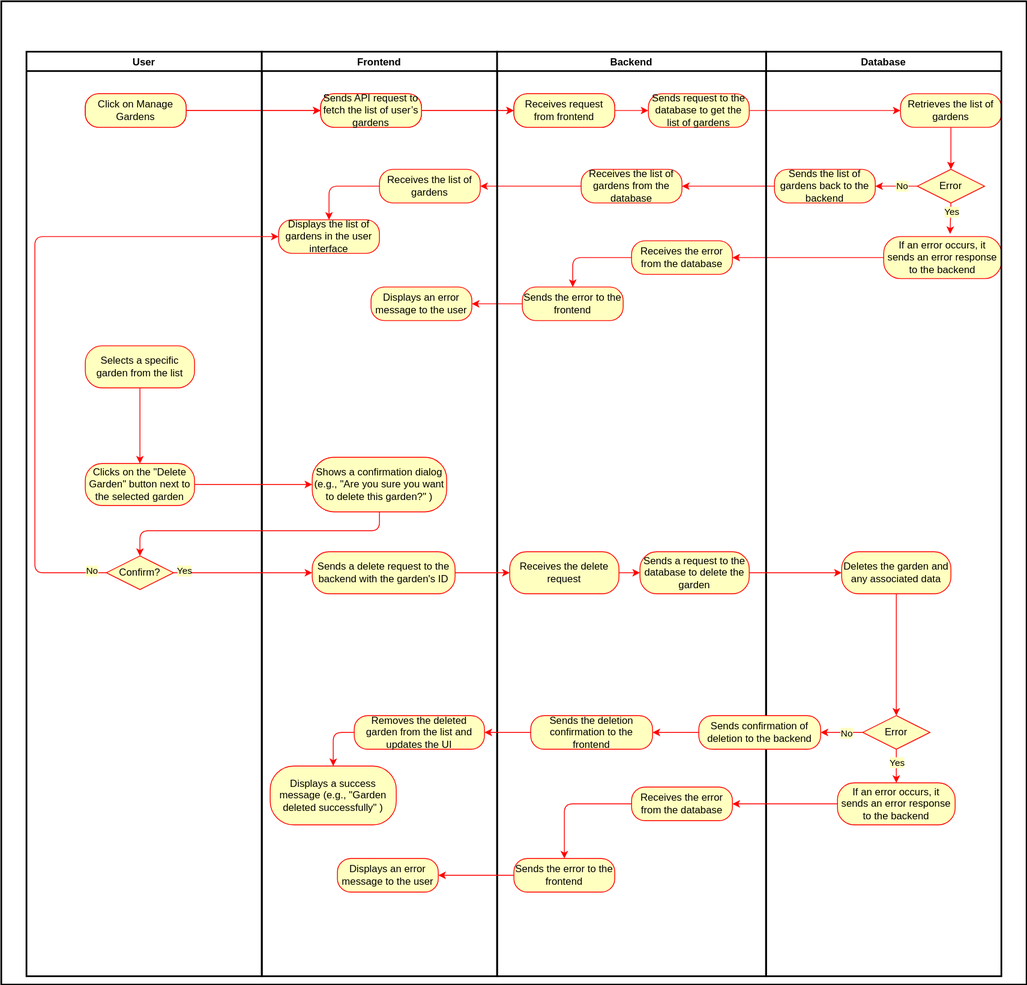
Above: docs/assets/svg/Use Case Diagrams/deleteGarden.drawio.svg in Green-Fingers-App/gardeningApp (draw.io), before the change. Source tidied: cells renumbered, new cells last; positions are measured from the earlier drawing's top-left corner, leaving out a move shared by most shapes.
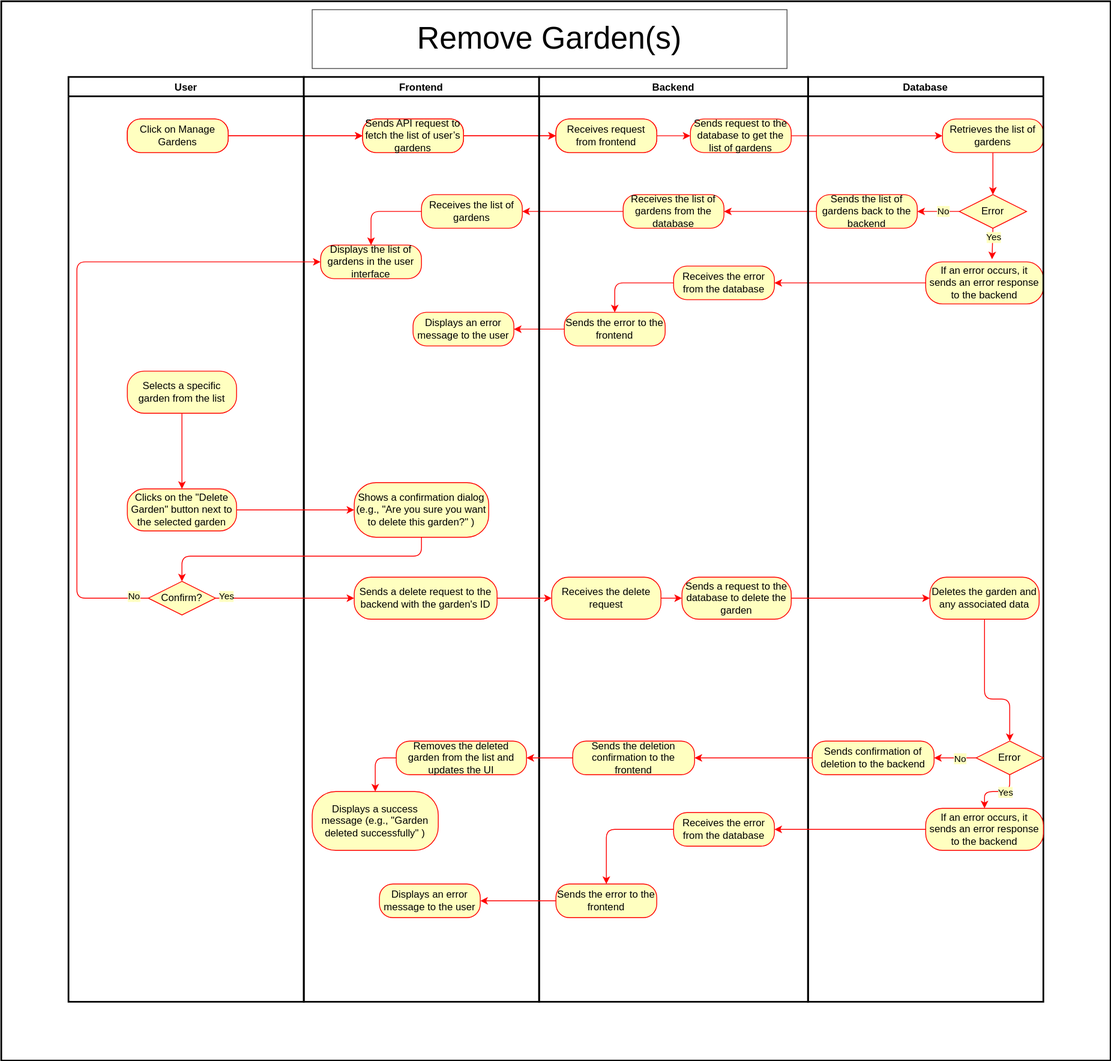
After the commit.

Change to the diagram source:
```diff
@@ -3,7 +3,7 @@
     <mxCell id="0" />
     <mxCell id="1" parent="0" />
     <mxCell id="2" style="whiteSpace=wrap;html=1;fillColor=#FFFFFF;strokeColor=#000000;strokeWidth=2;" parent="1" vertex="1">
-      <mxGeometry width="1220" height="1170" as="geometry" />
+      <mxGeometry x="-50" y="-30" width="1320" height="1260" as="geometry" />
     </mxCell>
     <mxCell id="3" value="Click on Manage Gardens" style="rounded=1;whiteSpace=wrap;html=1;arcSize=40;fontColor=#000000;fillColor=#ffffc0;strokeColor=#ff0000;" parent="1" vertex="1">
       <mxGeometry x="100" y="110" width="120" height="40" as="geometry" />
@@ -121,6 +121,9 @@
     <mxCell id="38" value="Database" style="swimlane;strokeColor=#000000;strokeWidth=2;fillColor=#FFFFFF;fontColor=#000000;" parent="37" vertex="1">
       <mxGeometry x="880" width="280" height="1100" as="geometry" />
     </mxCell>
+    <mxCell id="65" value="&lt;span class=&quot;hljs-string&quot;&gt;Deletes&lt;/span&gt; &lt;span class=&quot;hljs-string&quot;&gt;the&lt;/span&gt; &lt;span class=&quot;hljs-string&quot;&gt;garden&lt;/span&gt; &lt;span class=&quot;hljs-string&quot;&gt;and&lt;/span&gt; &lt;span class=&quot;hljs-string&quot;&gt;any&lt;/span&gt; &lt;span class=&quot;hljs-string&quot;&gt;associated&lt;/span&gt; &lt;span class=&quot;hljs-string&quot;&gt;data&lt;/span&gt;" style="rounded=1;whiteSpace=wrap;html=1;arcSize=40;fontColor=#000000;fillColor=#ffffc0;strokeColor=#ff0000;" parent="38" vertex="1">
+      <mxGeometry x="145" y="595" width="130" height="50" as="geometry" />
+    </mxCell>
     <mxCell id="39" value="User" style="swimlane;strokeColor=#000000;strokeWidth=2;fillColor=#FFFFFF;fontColor=#000000;" parent="37" vertex="1">
       <mxGeometry width="280" height="1100" as="geometry" />
     </mxCell>
@@ -179,6 +182,9 @@
     <mxCell id="54" style="edgeStyle=none;html=1;exitX=0;exitY=0.5;exitDx=0;exitDy=0;strokeColor=#FF0000;" parent="37" edge="1" source="49" target="44">
       <mxGeometry relative="1" as="geometry" />
     </mxCell>
+    <mxCell id="66" style="edgeStyle=none;html=1;strokeColor=#FF0000;" parent="37" edge="1" source="47" target="65">
+      <mxGeometry relative="1" as="geometry" />
+    </mxCell>
     <mxCell id="55" style="edgeStyle=none;html=1;strokeColor=#FF0000;" parent="1" edge="1" source="56" target="58">
       <mxGeometry relative="1" as="geometry" />
     </mxCell>
@@ -216,22 +222,26 @@
       </mxGeometry>
     </mxCell>
     <mxCell id="64" style="edgeStyle=none;html=1;exitX=0.5;exitY=1;exitDx=0;exitDy=0;strokeColor=#FF0000;" parent="1" edge="1" source="65" target="73">
-      <mxGeometry relative="1" as="geometry" />
+      <mxGeometry relative="1" as="geometry">
+        <Array as="points">
+          <mxPoint x="1120" y="800" />
+          <mxPoint x="1150" y="800" />
+        </Array>
+      </mxGeometry>
     </mxCell>
-    <mxCell id="65" value="&lt;span class=&quot;hljs-string&quot;&gt;Deletes&lt;/span&gt; &lt;span class=&quot;hljs-string&quot;&gt;the&lt;/span&gt; &lt;span class=&quot;hljs-string&quot;&gt;garden&lt;/span&gt; &lt;span class=&quot;hljs-string&quot;&gt;and&lt;/span&gt; &lt;span class=&quot;hljs-string&quot;&gt;any&lt;/span&gt; &lt;span class=&quot;hljs-string&quot;&gt;associated&lt;/span&gt; &lt;span class=&quot;hljs-string&quot;&gt;data&lt;/span&gt;" style="rounded=1;whiteSpace=wrap;html=1;arcSize=40;fontColor=#000000;fillColor=#ffffc0;strokeColor=#ff0000;" parent="1" vertex="1">
-      <mxGeometry x="1000" y="655" width="130" height="50" as="geometry" />
-    </mxCell>
-    <mxCell id="66" style="edgeStyle=none;html=1;strokeColor=#FF0000;" parent="1" edge="1" source="47" target="65">
-      <mxGeometry relative="1" as="geometry" />
-    </mxCell>
     <mxCell id="67" style="edgeStyle=none;html=1;exitX=0;exitY=0.5;exitDx=0;exitDy=0;strokeColor=#FF0000;" parent="1" edge="1" source="68" target="50">
       <mxGeometry relative="1" as="geometry" />
     </mxCell>
     <mxCell id="68" value="&lt;span class=&quot;hljs-keyword&quot;&gt;If&lt;/span&gt; an &lt;span class=&quot;hljs-keyword&quot;&gt;error&lt;/span&gt; occurs, it sends an &lt;span class=&quot;hljs-keyword&quot;&gt;error&lt;/span&gt; response &lt;span class=&quot;hljs-keyword&quot;&gt;to&lt;/span&gt; the backend" style="rounded=1;whiteSpace=wrap;html=1;arcSize=40;fontColor=#000000;fillColor=#ffffc0;strokeColor=#ff0000;" parent="1" vertex="1">
-      <mxGeometry x="995" y="930" width="140" height="50" as="geometry" />
+      <mxGeometry x="1050" y="930" width="140" height="50" as="geometry" />
     </mxCell>
     <mxCell id="69" style="edgeStyle=none;html=1;exitX=0.5;exitY=1;exitDx=0;exitDy=0;entryX=0.5;entryY=0;entryDx=0;entryDy=0;strokeColor=#FF0000;" parent="1" edge="1" source="73" target="68">
-      <mxGeometry relative="1" as="geometry" />
+      <mxGeometry relative="1" as="geometry">
+        <Array as="points">
+          <mxPoint x="1150" y="910" />
+          <mxPoint x="1120" y="910" />
+        </Array>
+      </mxGeometry>
     </mxCell>
     <mxCell id="70" value="Yes" style="edgeLabel;html=1;align=center;verticalAlign=middle;fontColor=#000000;labelBackgroundColor=#ffffc0;" parent="69" vertex="1">
       <mxGeometry x="-0.26" relative="1" as="geometry" />
@@ -243,13 +253,13 @@
       <mxGeometry x="-0.2" relative="1" as="geometry" />
     </mxCell>
     <mxCell id="73" value="Error" style="rhombus;whiteSpace=wrap;html=1;fillColor=#ffffc0;strokeColor=#ff0000;fontColor=#000000;" parent="1" vertex="1">
-      <mxGeometry x="1025" y="850" width="80" height="40" as="geometry" />
+      <mxGeometry x="1110" y="850" width="80" height="40" as="geometry" />
     </mxCell>
     <mxCell id="74" style="edgeStyle=none;html=1;strokeColor=#FF0000;" parent="1" edge="1" source="75" target="77">
       <mxGeometry relative="1" as="geometry" />
     </mxCell>
     <mxCell id="75" value="&lt;span class=&quot;hljs-string&quot;&gt;Sends&lt;/span&gt; &lt;span class=&quot;hljs-string&quot;&gt;confirmation&lt;/span&gt; &lt;span class=&quot;hljs-string&quot;&gt;of&lt;/span&gt; &lt;span class=&quot;hljs-string&quot;&gt;deletion&lt;/span&gt; &lt;span class=&quot;hljs-string&quot;&gt;to&lt;/span&gt; &lt;span class=&quot;hljs-string&quot;&gt;the&lt;/span&gt; &lt;span class=&quot;hljs-string&quot;&gt;backend&lt;/span&gt;" style="rounded=1;whiteSpace=wrap;html=1;arcSize=40;fontColor=#000000;fillColor=#ffffc0;strokeColor=#ff0000;" parent="1" vertex="1">
-      <mxGeometry x="830" y="850" width="145" height="40" as="geometry" />
+      <mxGeometry x="915" y="850" width="145" height="40" as="geometry" />
     </mxCell>
     <mxCell id="76" style="edgeStyle=none;html=1;strokeColor=#FF0000;" parent="1" edge="1" source="77" target="79">
       <mxGeometry relative="1" as="geometry" />
@@ -267,5 +277,8 @@
     <mxCell id="79" value="&lt;span class=&quot;hljs-string&quot;&gt;Removes&lt;/span&gt; &lt;span class=&quot;hljs-string&quot;&gt;the&lt;/span&gt; &lt;span class=&quot;hljs-string&quot;&gt;deleted&lt;/span&gt; &lt;span class=&quot;hljs-string&quot;&gt;garden&lt;/span&gt; &lt;span class=&quot;hljs-string&quot;&gt;from&lt;/span&gt; &lt;span class=&quot;hljs-string&quot;&gt;the&lt;/span&gt; &lt;span class=&quot;hljs-string&quot;&gt;list&lt;/span&gt; &lt;span class=&quot;hljs-string&quot;&gt;and&lt;/span&gt; &lt;span class=&quot;hljs-string&quot;&gt;updates&lt;/span&gt; &lt;span class=&quot;hljs-string&quot;&gt;the&lt;/span&gt; &lt;span class=&quot;hljs-string&quot;&gt;UI&lt;/span&gt;" style="rounded=1;whiteSpace=wrap;html=1;arcSize=40;fontColor=#000000;fillColor=#ffffc0;strokeColor=#ff0000;" parent="1" vertex="1">
       <mxGeometry x="420" y="850" width="155" height="40" as="geometry" />
     </mxCell>
+    <mxCell id="80" value="&lt;font style=&quot;background-color: rgb(255, 255, 255); font-size: 37px;&quot; color=&quot;#000000&quot;&gt;Remove Garden(s)&lt;/font&gt;" style="rounded=0;whiteSpace=wrap;html=1;fillColor=#FFFFFF;strokeColor=#4D4D4D;" parent="1" vertex="1">
+      <mxGeometry x="320" y="-20" width="565" height="70" as="geometry" />
+    </mxCell>
   </root>
 </mxGraphModel>
```
